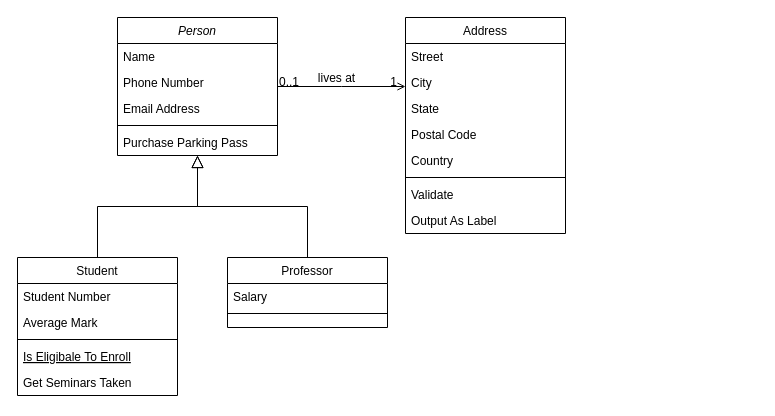
The draw.io diagram page "Page-1" (1 of 2) of Untitled Diagram.drawio in hajaje/notificatio_function, before the edit. Source tidied: cells renumbered, new cells numbered last; positions are measured from the earlier drawing's top-left corner, leaving out a move shared by most shapes. Both pictures are drawn from the tidied source at 100%, with x=0, y=0 at pixel (17, 17).
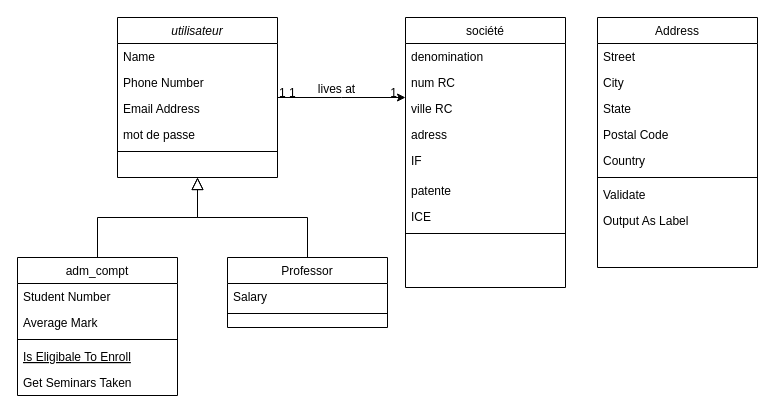
Above is the later version.

The edit, as a diff of the source:
```diff
@@
-    <mxCell id="2" value="Person" style="swimlane;fontStyle=2;align=center;verticalAlign=top;horizontal=1;startSize=26;rounded=0;shadow=0;strokeWidth=1;" parent="1" vertex="1">
-      <mxGeometry x="100" width="160" height="138" as="geometry" />
+    <mxCell id="2" value="utilisateur" style="swimlane;fontStyle=2;align=center;verticalAlign=top;horizontal=1;startSize=26;rounded=0;shadow=0;strokeWidth=1;" parent="1" vertex="1">
+      <mxGeometry x="100" width="160" height="160" as="geometry" />
     </mxCell>
@@
+    <mxCell id="7" value="mot de passe" style="text;align=left;verticalAlign=top;spacingLeft=4;spacingRight=4;overflow=hidden;" parent="2" vertex="1">
+      <mxGeometry y="104" width="160" height="26" as="geometry" />
+    </mxCell>
     <mxCell id="6" style="line;html=1;strokeWidth=1;align=left;verticalAlign=middle;spacingTop=-1;spacingLeft=3;spacingRight=3;labelPosition=right;" parent="2" vertex="1">
-      <mxGeometry y="104" width="160" height="8" as="geometry" />
+      <mxGeometry y="130" width="160" height="8" as="geometry" />
     </mxCell>
-    <mxCell id="7" value="Purchase Parking Pass" style="text;align=left;verticalAlign=top;spacingLeft=4;spacingRight=4;overflow=hidden;" parent="2" vertex="1">
-      <mxGeometry y="112" width="160" height="26" as="geometry" />
-    </mxCell>
-    <mxCell id="8" value="Student" style="swimlane;fontStyle=0;align=center;verticalAlign=top;horizontal=1;startSize=26;rounded=0;shadow=0;strokeWidth=1;" parent="1" vertex="1">
+    <mxCell id="8" value="adm_compt" style="swimlane;fontStyle=0;align=center;verticalAlign=top;horizontal=1;startSize=26;rounded=0;shadow=0;strokeWidth=1;" parent="1" vertex="1">
       <mxGeometry y="240" width="160" height="138" as="geometry" />
     </mxCell>
@@
-    <mxCell id="19" value="Address" style="swimlane;fontStyle=0;align=center;verticalAlign=top;horizontal=1;startSize=26;rounded=0;shadow=0;strokeWidth=1;" parent="1" vertex="1">
-      <mxGeometry x="388" width="160" height="216" as="geometry" />
+    <mxCell id="19" value="société" style="swimlane;fontStyle=0;align=center;verticalAlign=top;horizontal=1;startSize=26;rounded=0;shadow=0;strokeWidth=1;" parent="1" vertex="1">
+      <mxGeometry x="388" width="160" height="270" as="geometry" />
     </mxCell>
-    <mxCell id="20" value="Street" style="text;align=left;verticalAlign=top;spacingLeft=4;spacingRight=4;overflow=hidden;" parent="19" vertex="1">
+    <mxCell id="20" value="denomination" style="text;align=left;verticalAlign=top;spacingLeft=4;spacingRight=4;overflow=hidden;" parent="19" vertex="1">
       <mxGeometry y="26" width="160" height="26" as="geometry" />
     </mxCell>
-    <mxCell id="21" value="City" style="text;align=left;verticalAlign=top;spacingLeft=4;spacingRight=4;overflow=hidden;rounded=0;shadow=0;html=0;" parent="19" vertex="1">
+    <mxCell id="21" value="num RC" style="text;align=left;verticalAlign=top;spacingLeft=4;spacingRight=4;overflow=hidden;rounded=0;shadow=0;html=0;" parent="19" vertex="1">
       <mxGeometry y="52" width="160" height="26" as="geometry" />
     </mxCell>
-    <mxCell id="22" value="State" style="text;align=left;verticalAlign=top;spacingLeft=4;spacingRight=4;overflow=hidden;rounded=0;shadow=0;html=0;" parent="19" vertex="1">
+    <mxCell id="22" value="ville RC" style="text;align=left;verticalAlign=top;spacingLeft=4;spacingRight=4;overflow=hidden;rounded=0;shadow=0;html=0;" parent="19" vertex="1">
       <mxGeometry y="78" width="160" height="26" as="geometry" />
     </mxCell>
-    <mxCell id="23" value="Postal Code" style="text;align=left;verticalAlign=top;spacingLeft=4;spacingRight=4;overflow=hidden;rounded=0;shadow=0;html=0;" parent="19" vertex="1">
+    <mxCell id="23" value="adress" style="text;align=left;verticalAlign=top;spacingLeft=4;spacingRight=4;overflow=hidden;rounded=0;shadow=0;html=0;" parent="19" vertex="1">
       <mxGeometry y="104" width="160" height="26" as="geometry" />
     </mxCell>
-    <mxCell id="24" value="Country" style="text;align=left;verticalAlign=top;spacingLeft=4;spacingRight=4;overflow=hidden;rounded=0;shadow=0;html=0;" parent="19" vertex="1">
-      <mxGeometry y="130" width="160" height="26" as="geometry" />
+    <mxCell id="24" value="IF" style="text;align=left;verticalAlign=top;spacingLeft=4;spacingRight=4;overflow=hidden;rounded=0;shadow=0;html=0;" parent="19" vertex="1">
+      <mxGeometry y="130" width="160" height="30" as="geometry" />
     </mxCell>
-    <mxCell id="25" style="line;html=1;strokeWidth=1;align=left;verticalAlign=middle;spacingTop=-1;spacingLeft=3;spacingRight=3;labelPosition=right;" parent="19" vertex="1">
-      <mxGeometry y="156" width="160" height="8" as="geometry" />
-    </mxCell>
-    <mxCell id="26" value="Validate" style="text;align=left;verticalAlign=top;spacingLeft=4;spacingRight=4;overflow=hidden;" parent="19" vertex="1">
-      <mxGeometry y="164" width="160" height="26" as="geometry" />
+    <mxCell id="26" value="patente" style="text;align=left;verticalAlign=top;spacingLeft=4;spacingRight=4;overflow=hidden;" parent="19" vertex="1">
+      <mxGeometry y="160" width="160" height="26" as="geometry" />
     </mxCell>
-    <mxCell id="27" value="Output As Label" style="text;align=left;verticalAlign=top;spacingLeft=4;spacingRight=4;overflow=hidden;" parent="19" vertex="1">
-      <mxGeometry y="190" width="160" height="26" as="geometry" />
+    <mxCell id="27" value="ICE" style="text;align=left;verticalAlign=top;spacingLeft=4;spacingRight=4;overflow=hidden;" parent="19" vertex="1">
+      <mxGeometry y="186" width="160" height="26" as="geometry" />
     </mxCell>
+    <mxCell id="25" style="line;html=1;strokeWidth=1;align=left;verticalAlign=middle;spacingTop=-1;spacingLeft=3;spacingRight=3;labelPosition=right;" parent="19" vertex="1">
+      <mxGeometry y="212" width="160" height="8" as="geometry" />
+    </mxCell>
-    <mxCell id="28" style="endArrow=open;shadow=0;strokeWidth=1;rounded=0;endFill=1;edgeStyle=elbowEdgeStyle;elbow=vertical;" parent="1" edge="1" source="2" target="19">
+    <mxCell id="28" style="endArrow=classic;shadow=0;strokeWidth=1;rounded=0;endFill=1;edgeStyle=elbowEdgeStyle;elbow=vertical;startArrow=none;startFill=0;" parent="1" edge="1" source="2" target="19">
       <mxGeometry x="0.5" y="41" relative="1" as="geometry">
         <mxPoint x="-40" y="32" as="offset" />
       </mxGeometry>
     </mxCell>
-    <mxCell id="29" value="0..1" style="align=left;verticalAlign=bottom;labelBackgroundColor=none;fontSize=12;" parent="28" vertex="1">
+    <mxCell id="29" value="1 1" style="align=left;verticalAlign=bottom;labelBackgroundColor=none;fontSize=12;" parent="28" vertex="1">
       <mxGeometry x="-1" relative="1" as="geometry">
         <mxPoint y="4" as="offset" />
       </mxGeometry>
     </mxCell>
@@
+    <mxCell id="32" value="Address" style="swimlane;fontStyle=0;align=center;verticalAlign=top;horizontal=1;startSize=26;rounded=0;shadow=0;strokeWidth=1;" parent="1" vertex="1">
+      <mxGeometry x="580" width="160" height="250" as="geometry" />
+    </mxCell>
+    <mxCell id="33" value="Street" style="text;align=left;verticalAlign=top;spacingLeft=4;spacingRight=4;overflow=hidden;" parent="32" vertex="1">
+      <mxGeometry y="26" width="160" height="26" as="geometry" />
+    </mxCell>
+    <mxCell id="34" value="City" style="text;align=left;verticalAlign=top;spacingLeft=4;spacingRight=4;overflow=hidden;rounded=0;shadow=0;html=0;" parent="32" vertex="1">
+      <mxGeometry y="52" width="160" height="26" as="geometry" />
+    </mxCell>
+    <mxCell id="35" value="State" style="text;align=left;verticalAlign=top;spacingLeft=4;spacingRight=4;overflow=hidden;rounded=0;shadow=0;html=0;" parent="32" vertex="1">
+      <mxGeometry y="78" width="160" height="26" as="geometry" />
+    </mxCell>
+    <mxCell id="36" value="Postal Code" style="text;align=left;verticalAlign=top;spacingLeft=4;spacingRight=4;overflow=hidden;rounded=0;shadow=0;html=0;" parent="32" vertex="1">
+      <mxGeometry y="104" width="160" height="26" as="geometry" />
+    </mxCell>
+    <mxCell id="37" value="Country" style="text;align=left;verticalAlign=top;spacingLeft=4;spacingRight=4;overflow=hidden;rounded=0;shadow=0;html=0;" parent="32" vertex="1">
+      <mxGeometry y="130" width="160" height="26" as="geometry" />
+    </mxCell>
+    <mxCell id="38" style="line;html=1;strokeWidth=1;align=left;verticalAlign=middle;spacingTop=-1;spacingLeft=3;spacingRight=3;labelPosition=right;" parent="32" vertex="1">
+      <mxGeometry y="156" width="160" height="8" as="geometry" />
+    </mxCell>
+    <mxCell id="39" value="Validate" style="text;align=left;verticalAlign=top;spacingLeft=4;spacingRight=4;overflow=hidden;" parent="32" vertex="1">
+      <mxGeometry y="164" width="160" height="26" as="geometry" />
+    </mxCell>
+    <mxCell id="40" value="Output As Label" style="text;align=left;verticalAlign=top;spacingLeft=4;spacingRight=4;overflow=hidden;" parent="32" vertex="1">
+      <mxGeometry y="190" width="160" height="26" as="geometry" />
+    </mxCell>
```
